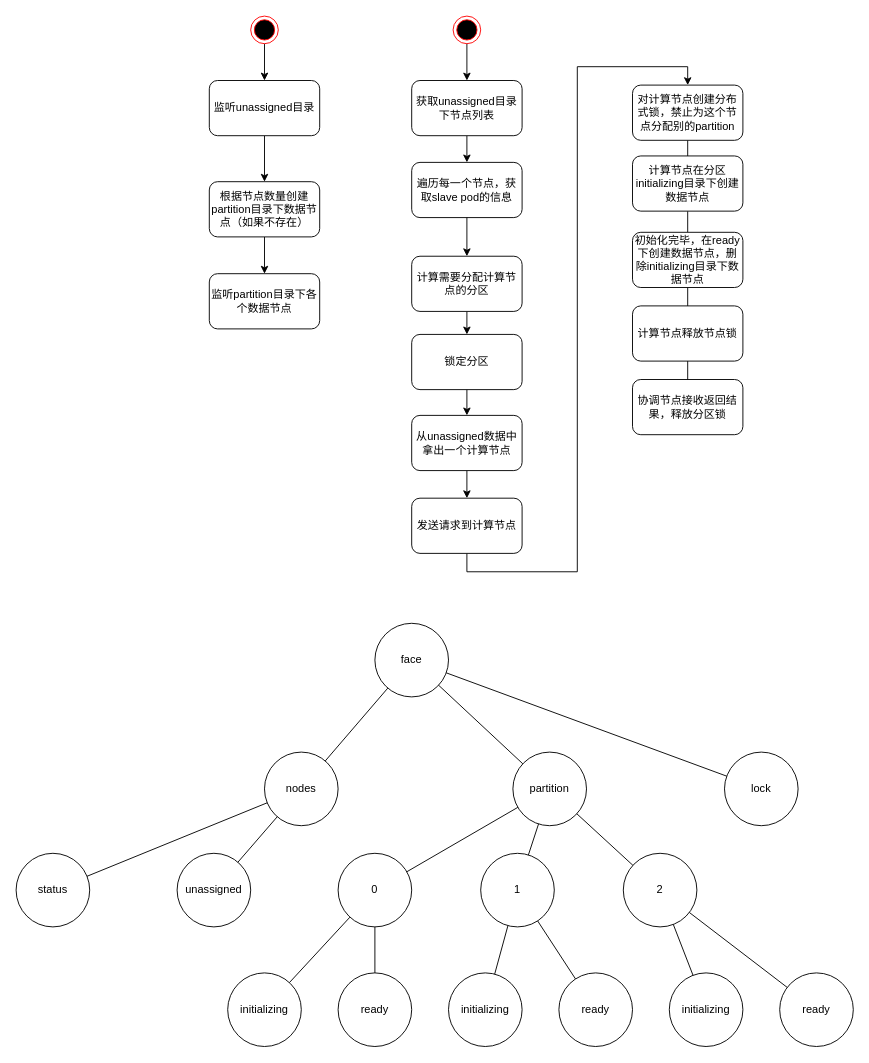
Before: Distributed Calculation Design.drawio in dosjia/chart, a draw.io diagram. Source tidied: cells renumbered, new cells numbered last; positions are measured from the earlier drawing's top-left corner, leaving out a move shared by most shapes. Both pictures are drawn from the tidied source at 92%, with x=0, y=0 at pixel (16, 16).
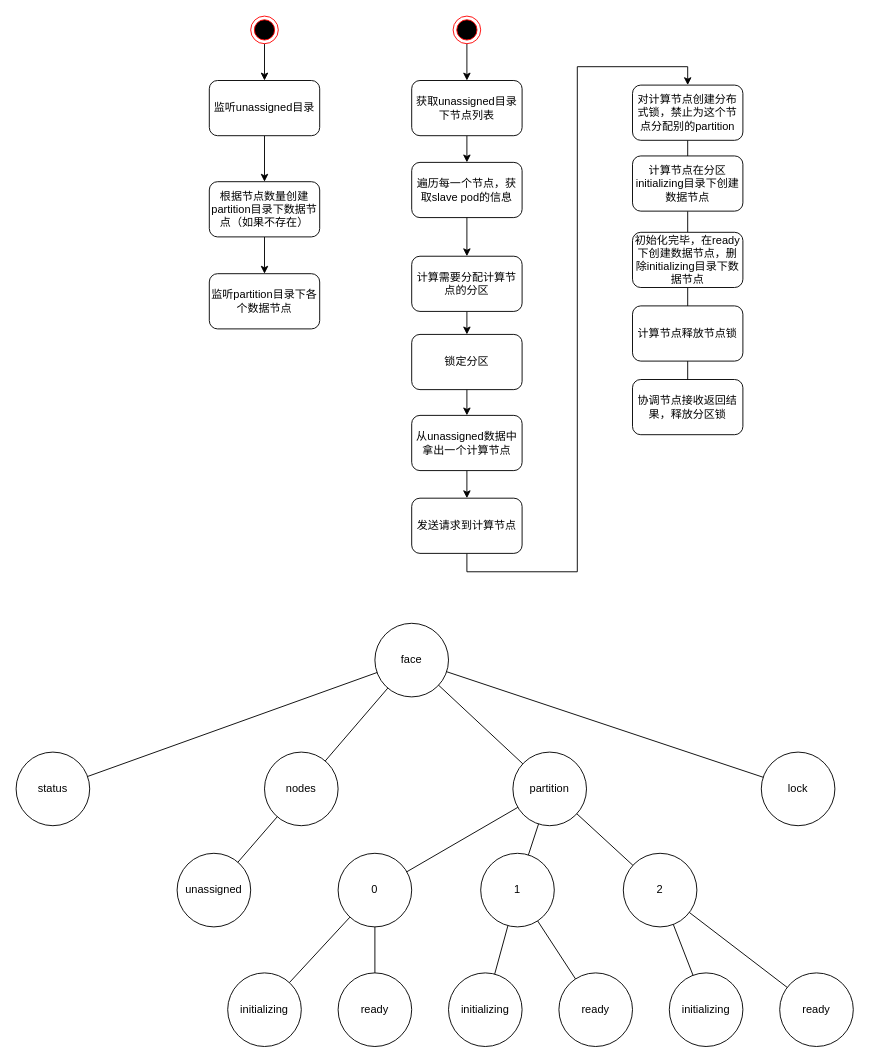
The same page after the edit.

The change refers to these unchanged cells:
```xml
<mxCell id="15" value="face" style="ellipse;whiteSpace=wrap;html=1;" parent="1" vertex="1">
  <mxGeometry x="390" y="660" width="80" height="80" as="geometry" />
</mxCell>
<mxCell id="16" value="nodes" style="ellipse;whiteSpace=wrap;html=1;" parent="1" vertex="1">
  <mxGeometry x="270" y="800" width="80" height="80" as="geometry" />
</mxCell>
```

Diff of the diagram source:
```diff
@@
     <mxCell id="39" value="lock" style="ellipse;whiteSpace=wrap;html=1;" parent="1" vertex="1">
-      <mxGeometry x="770" y="800" width="80" height="80" as="geometry" />
+      <mxGeometry x="810" y="800" width="80" height="80" as="geometry" />
     </mxCell>
@@
     <mxCell id="59" value="status" style="ellipse;whiteSpace=wrap;html=1;" parent="1" vertex="1">
-      <mxGeometry y="910" width="80" height="80" as="geometry" />
+      <mxGeometry y="800" width="80" height="80" as="geometry" />
     </mxCell>
-    <mxCell id="60" style="rounded=0;jettySize=auto;html=1;endArrow=none;endFill=0;" parent="1" edge="1" source="59" target="16">
+    <mxCell id="60" style="rounded=0;jettySize=auto;html=1;endArrow=none;endFill=0;" parent="1" edge="1" source="59" target="15">
       <mxGeometry relative="1" as="geometry" />
     </mxCell>
```
